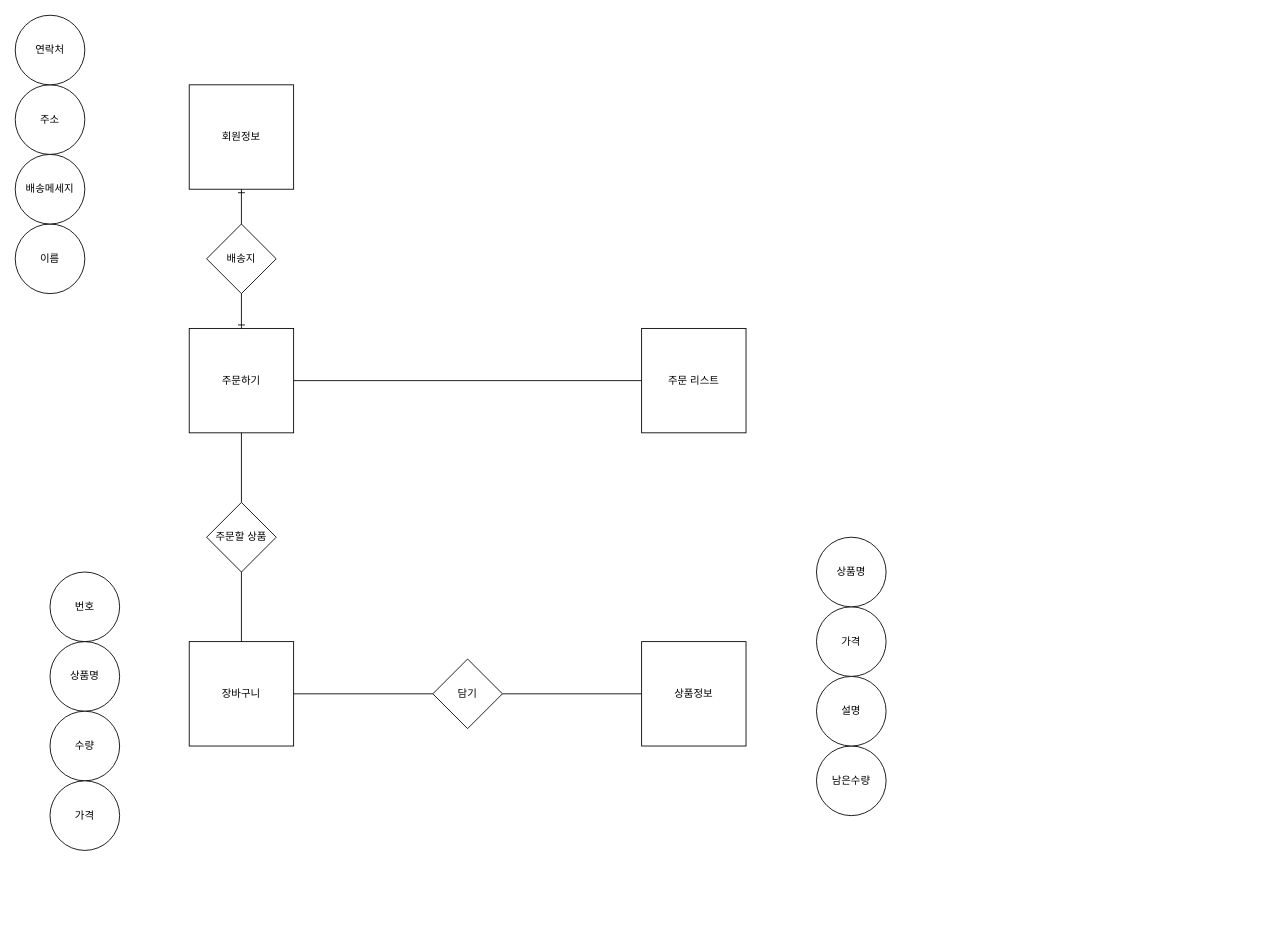
Above: quiz01.drawio in JaeHyun-Ban/image (draw.io), before the change. Source tidied: cells renumbered, new cells numbered last; positions are measured from the earlier drawing's top-left corner, leaving out a move shared by most shapes. Both pictures are drawn from the tidied source at 87%, with x=0, y=0 at pixel (15, 15).
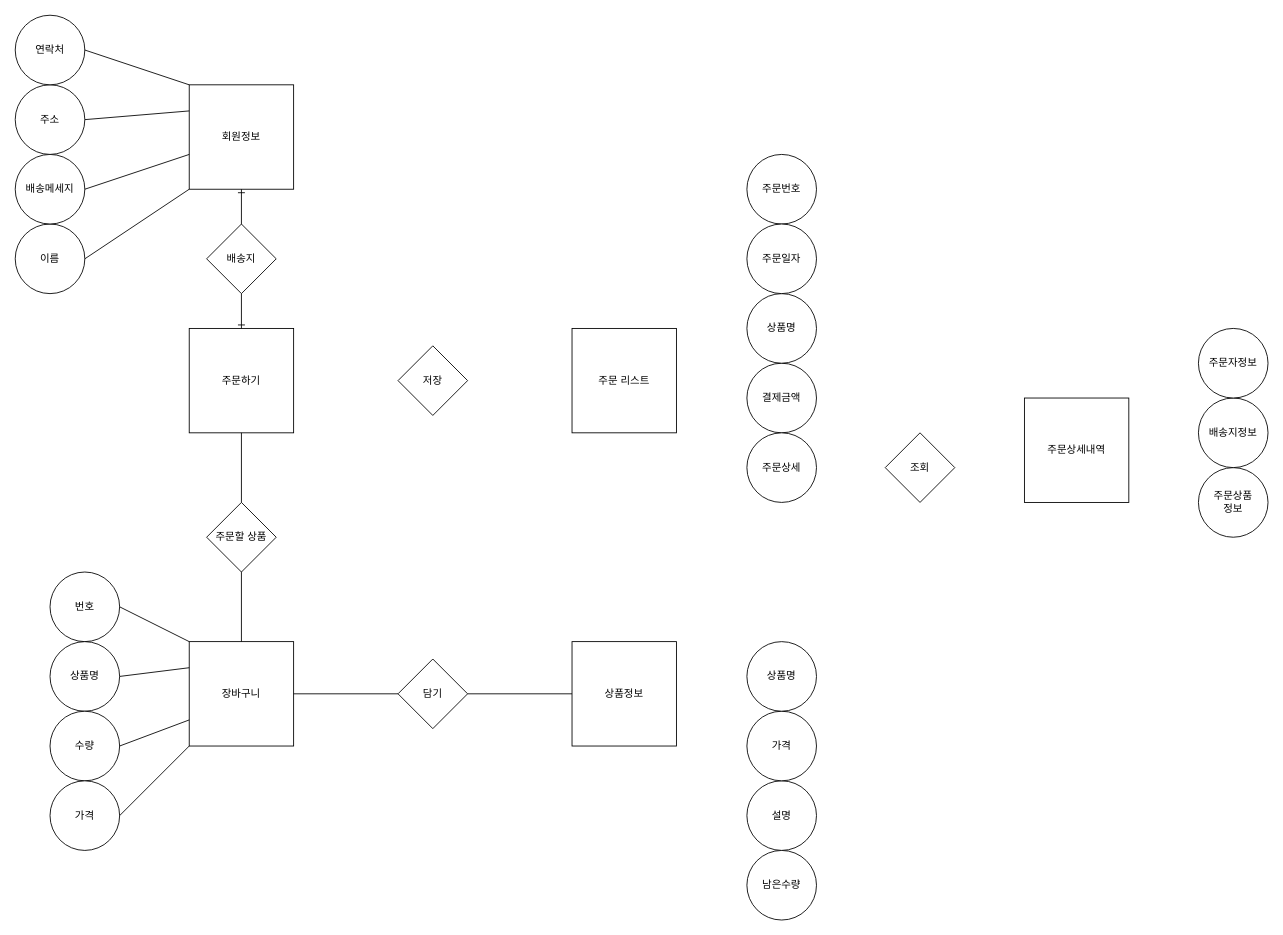
The same page after the edit.

Unchanged cells that the change refers to:
```xml
<mxCell id="8" value="회원정보" style="whiteSpace=wrap;html=1;" parent="1" vertex="1">
  <mxGeometry x="200" y="80" width="120" height="120" as="geometry" />
</mxCell>
<mxCell id="9" value="이름" style="ellipse;whiteSpace=wrap;html=1;" parent="1" vertex="1">
  <mxGeometry y="240" width="80" height="80" as="geometry" />
</mxCell>
<mxCell id="10" value="배송메세지" style="ellipse;whiteSpace=wrap;html=1;" parent="1" vertex="1">
  <mxGeometry y="160" width="80" height="80" as="geometry" />
</mxCell>
<mxCell id="11" value="주소" style="ellipse;whiteSpace=wrap;html=1;" parent="1" vertex="1">
  <mxGeometry y="80" width="80" height="80" as="geometry" />
</mxCell>
<mxCell id="12" value="연락처" style="ellipse;whiteSpace=wrap;html=1;" parent="1" vertex="1">
  <mxGeometry width="80" height="80" as="geometry" />
</mxCell>
<mxCell id="13" value="주문하기" style="whiteSpace=wrap;html=1;" parent="1" vertex="1">
  <mxGeometry x="200" y="360" width="120" height="120" as="geometry" />
</mxCell>
<mxCell id="14" value="장바구니" style="whiteSpace=wrap;html=1;strokeWidth=1;fontSize=12;fontColor=#000000;" parent="1" vertex="1">
  <mxGeometry x="200" y="720" width="120" height="120" as="geometry" />
</mxCell>
<mxCell id="21" value="번호" style="ellipse;whiteSpace=wrap;html=1;strokeWidth=1;fontSize=12;fontColor=#000000;" parent="1" vertex="1">
  <mxGeometry x="40" y="640" width="80" height="80" as="geometry" />
</mxCell>
<mxCell id="22" value="상품명" style="ellipse;whiteSpace=wrap;html=1;strokeWidth=1;fontSize=12;fontColor=#000000;" parent="1" vertex="1">
  <mxGeometry x="40" y="720" width="80" height="80" as="geometry" />
</mxCell>
<mxCell id="23" value="수량" style="ellipse;whiteSpace=wrap;html=1;strokeWidth=1;fontSize=12;fontColor=#000000;" parent="1" vertex="1">
  <mxGeometry x="40" y="800" width="80" height="80" as="geometry" />
</mxCell>
<mxCell id="24" value="가격" style="ellipse;whiteSpace=wrap;html=1;strokeWidth=1;fontSize=12;fontColor=#000000;" parent="1" vertex="1">
  <mxGeometry x="40" y="880" width="80" height="80" as="geometry" />
</mxCell>
```

Diff of the diagram source:
```diff
@@
     <mxCell id="2" value="상품정보" style="whiteSpace=wrap;html=1;" parent="1" vertex="1">
-      <mxGeometry x="720" y="720" width="120" height="120" as="geometry" />
+      <mxGeometry x="640" y="720" width="120" height="120" as="geometry" />
     </mxCell>
     <mxCell id="3" value="남은수량" style="ellipse;whiteSpace=wrap;html=1;" parent="1" vertex="1">
-      <mxGeometry x="921" y="840" width="80" height="80" as="geometry" />
+      <mxGeometry x="841" y="960" width="80" height="80" as="geometry" />
     </mxCell>
     <mxCell id="4" value="설명" style="ellipse;whiteSpace=wrap;html=1;" parent="1" vertex="1">
-      <mxGeometry x="921" y="760" width="80" height="80" as="geometry" />
+      <mxGeometry x="841" y="880" width="80" height="80" as="geometry" />
     </mxCell>
     <mxCell id="5" value="가격" style="ellipse;whiteSpace=wrap;html=1;" parent="1" vertex="1">
-      <mxGeometry x="921" y="680" width="80" height="80" as="geometry" />
+      <mxGeometry x="841" y="800" width="80" height="80" as="geometry" />
     </mxCell>
     <mxCell id="6" value="상품명" style="ellipse;whiteSpace=wrap;html=1;" parent="1" vertex="1">
-      <mxGeometry x="921" y="600" width="80" height="80" as="geometry" />
+      <mxGeometry x="841" y="720" width="80" height="80" as="geometry" />
     </mxCell>
     <mxCell id="7" style="endArrow=none;html=1;" parent="1" edge="1">
       <mxGeometry relative="1" as="geometry">
-        <mxPoint x="1021" y="910" as="sourcePoint" />
-        <mxPoint x="1021" y="910" as="targetPoint" />
+        <mxPoint x="941" y="1030" as="sourcePoint" />
+        <mxPoint x="941" y="1030" as="targetPoint" />
       </mxGeometry>
     </mxCell>
@@
     <mxCell id="15" value="담기" style="rhombus;whiteSpace=wrap;html=1;strokeWidth=1;fontSize=12;fontColor=#000000;" parent="1" vertex="1">
-      <mxGeometry x="480" y="740" width="80" height="80" as="geometry" />
+      <mxGeometry x="440" y="740" width="80" height="80" as="geometry" />
     </mxCell>
@@
     <mxCell id="18" value="주문 리스트" style="whiteSpace=wrap;html=1;strokeWidth=1;fontSize=12;fontColor=#000000;" parent="1" vertex="1">
-      <mxGeometry x="720" y="360" width="120" height="120" as="geometry" />
+      <mxGeometry x="640" y="360" width="120" height="120" as="geometry" />
     </mxCell>
@@
-    <mxCell id="27" style="endArrow=none;html=1;strokeWidth=1;fontSize=12;fontColor=#000000;entryX=0;entryY=0.5;entryDx=0;entryDy=0;" parent="1" edge="1" target="2">
-      <mxGeometry relative="1" as="geometry">
-        <mxPoint x="560" y="780" as="sourcePoint" />
-      </mxGeometry>
+    <mxCell id="27" style="endArrow=none;html=1;strokeWidth=1;fontSize=12;fontColor=#000000;entryX=0;entryY=0.5;entryDx=0;entryDy=0;exitX=1;exitY=0.5;exitDx=0;exitDy=0;" parent="1" edge="1" source="15" target="2">
+      <mxGeometry relative="1" as="geometry" />
     </mxCell>
@@
-    <mxCell id="29" style="endArrow=none;html=1;strokeWidth=1;fontSize=12;fontColor=#000000;exitX=1;exitY=0.5;exitDx=0;exitDy=0;entryX=0;entryY=0.5;entryDx=0;entryDy=0;" parent="1" edge="1" source="13" target="18">
-      <mxGeometry relative="1" as="geometry" />
-    </mxCell>
+    <mxCell id="30" value="저장" style="rhombus;whiteSpace=wrap;html=1;strokeWidth=1;fontSize=12;fontColor=#000000;" parent="1" vertex="1">
+      <mxGeometry x="440" y="380" width="80" height="80" as="geometry" />
+    </mxCell>
+    <mxCell id="31" value="주문상세내역" style="whiteSpace=wrap;html=1;strokeWidth=1;fontSize=12;fontColor=#000000;" parent="1" vertex="1">
+      <mxGeometry x="1160" y="440" width="120" height="120" as="geometry" />
+    </mxCell>
+    <mxCell id="32" value="조회" style="rhombus;whiteSpace=wrap;html=1;strokeWidth=1;fontSize=12;fontColor=#000000;" parent="1" vertex="1">
+      <mxGeometry x="1000" y="480" width="80" height="80" as="geometry" />
+    </mxCell>
+    <mxCell id="33" value="주문번호" style="ellipse;whiteSpace=wrap;html=1;strokeWidth=1;fontSize=12;fontColor=#000000;" parent="1" vertex="1">
+      <mxGeometry x="841" y="160" width="80" height="80" as="geometry" />
+    </mxCell>
+    <mxCell id="34" value="결제금액" style="ellipse;whiteSpace=wrap;html=1;strokeWidth=1;fontSize=12;fontColor=#000000;" parent="1" vertex="1">
+      <mxGeometry x="841" y="400" width="80" height="80" as="geometry" />
+    </mxCell>
+    <mxCell id="35" value="상품명" style="ellipse;whiteSpace=wrap;html=1;strokeWidth=1;fontSize=12;fontColor=#000000;" parent="1" vertex="1">
+      <mxGeometry x="841" y="320" width="80" height="80" as="geometry" />
+    </mxCell>
+    <mxCell id="36" value="주문일자" style="ellipse;whiteSpace=wrap;html=1;strokeWidth=1;fontSize=12;fontColor=#000000;" parent="1" vertex="1">
+      <mxGeometry x="841" y="240" width="80" height="80" as="geometry" />
+    </mxCell>
+    <mxCell id="37" value="주문상세" style="ellipse;whiteSpace=wrap;html=1;strokeWidth=1;fontSize=12;fontColor=#000000;" parent="1" vertex="1">
+      <mxGeometry x="841" y="480" width="80" height="80" as="geometry" />
+    </mxCell>
+    <mxCell id="38" value="주문상품&lt;br&gt;정보" style="ellipse;whiteSpace=wrap;html=1;strokeWidth=1;fontSize=12;fontColor=#000000;" parent="1" vertex="1">
+      <mxGeometry x="1360" y="520" width="80" height="80" as="geometry" />
+    </mxCell>
+    <mxCell id="39" value="배송지정보" style="ellipse;whiteSpace=wrap;html=1;strokeWidth=1;fontSize=12;fontColor=#000000;" parent="1" vertex="1">
+      <mxGeometry x="1360" y="440" width="80" height="80" as="geometry" />
+    </mxCell>
+    <mxCell id="40" value="주문자정보" style="ellipse;whiteSpace=wrap;html=1;strokeWidth=1;fontSize=12;fontColor=#000000;" parent="1" vertex="1">
+      <mxGeometry x="1360" y="360" width="80" height="80" as="geometry" />
+    </mxCell>
+    <mxCell id="41" style="endArrow=none;html=1;strokeWidth=1;fontSize=12;fontColor=#000000;entryX=0;entryY=0;entryDx=0;entryDy=0;exitX=1;exitY=0.5;exitDx=0;exitDy=0;" parent="1" edge="1" source="12" target="8">
+      <mxGeometry relative="1" as="geometry" />
+    </mxCell>
+    <mxCell id="42" style="endArrow=none;html=1;strokeWidth=1;fontSize=12;fontColor=#000000;exitX=1;exitY=0.5;exitDx=0;exitDy=0;" parent="1" edge="1" source="9">
+      <mxGeometry relative="1" as="geometry">
+        <mxPoint x="200" y="200" as="targetPoint" />
+      </mxGeometry>
+    </mxCell>
+    <mxCell id="43" style="endArrow=none;html=1;strokeWidth=1;fontSize=12;fontColor=#000000;exitX=1;exitY=0.5;exitDx=0;exitDy=0;" parent="1" edge="1" source="10">
+      <mxGeometry relative="1" as="geometry">
+        <mxPoint x="200" y="160" as="targetPoint" />
+      </mxGeometry>
+    </mxCell>
+    <mxCell id="44" style="endArrow=none;html=1;strokeWidth=1;fontSize=12;fontColor=#000000;exitX=1;exitY=0.5;exitDx=0;exitDy=0;entryX=0;entryY=0.25;entryDx=0;entryDy=0;" parent="1" edge="1" source="11" target="8">
+      <mxGeometry relative="1" as="geometry" />
+    </mxCell>
+    <mxCell id="45" style="endArrow=none;html=1;strokeWidth=1;fontSize=12;fontColor=#000000;entryX=1;entryY=0.5;entryDx=0;entryDy=0;exitX=0;exitY=0;exitDx=0;exitDy=0;" parent="1" edge="1" source="14" target="21">
+      <mxGeometry relative="1" as="geometry" />
+    </mxCell>
+    <mxCell id="46" style="endArrow=none;html=1;strokeWidth=1;fontSize=12;fontColor=#000000;entryX=1;entryY=0.5;entryDx=0;entryDy=0;exitX=0;exitY=0.25;exitDx=0;exitDy=0;" parent="1" edge="1" source="14" target="22">
+      <mxGeometry relative="1" as="geometry" />
+    </mxCell>
+    <mxCell id="47" style="endArrow=none;html=1;strokeWidth=1;fontSize=12;fontColor=#000000;exitX=1;exitY=0.5;exitDx=0;exitDy=0;entryX=0;entryY=0.75;entryDx=0;entryDy=0;" parent="1" edge="1" source="23" target="14">
+      <mxGeometry relative="1" as="geometry" />
+    </mxCell>
+    <mxCell id="48" style="endArrow=none;html=1;strokeWidth=1;fontSize=12;fontColor=#000000;exitX=1;exitY=0.5;exitDx=0;exitDy=0;entryX=0;entryY=1;entryDx=0;entryDy=0;" parent="1" edge="1" source="24" target="14">
+      <mxGeometry relative="1" as="geometry" />
+    </mxCell>
```
